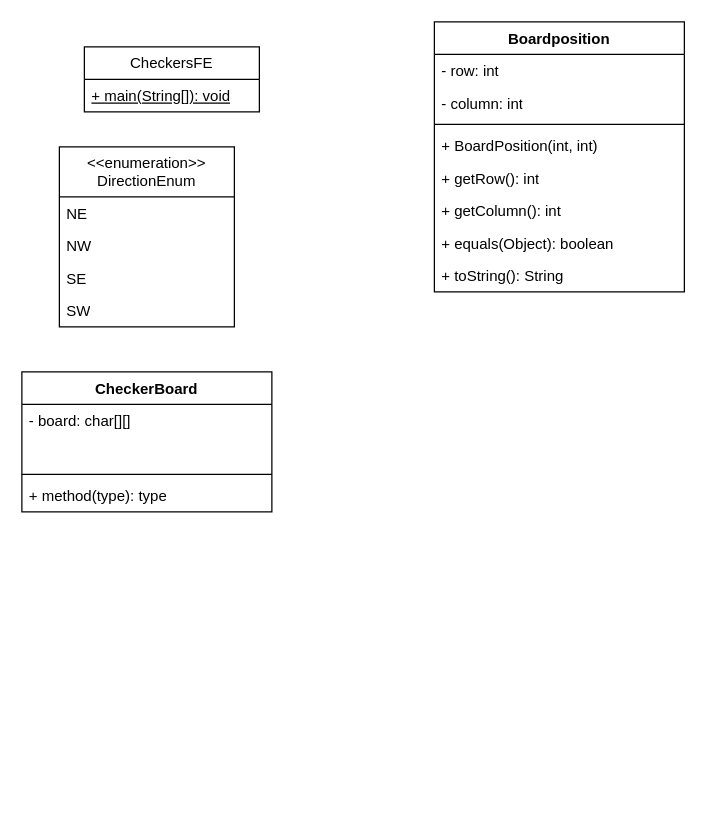
This is CheckersUML.drawio from ksurisetty11/checkers-project, a draw.io file, before an edit. Source tidied: cells renumbered, new cells numbered last; positions are measured from the earlier drawing's top-left corner, leaving out a move shared by most shapes. Both pictures are drawn from the tidied source at 125%, with x=0, y=0 at pixel (21, 21).
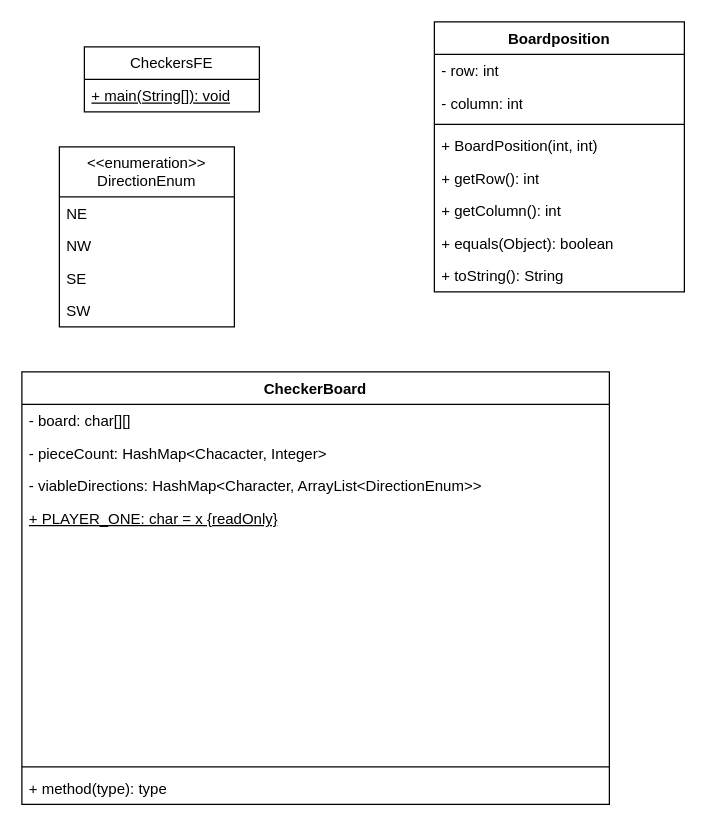
After the change.

Commit message:
Added four vars to CheckerBoard

The edit, as a diff of the source:
```diff
@@
     <mxCell id="11" value="CheckerBoard" style="swimlane;fontStyle=1;align=center;verticalAlign=top;horizontal=1;startSize=26;whiteSpace=wrap;html=1;" parent="1" vertex="1">
-      <mxGeometry y="280" width="200" height="112" as="geometry" />
+      <mxGeometry y="280" width="470" height="346" as="geometry" />
     </mxCell>
     <mxCell id="12" value="- board: char[][]" style="text;strokeColor=none;fillColor=none;align=left;verticalAlign=top;spacingLeft=4;spacingRight=4;overflow=hidden;whiteSpace=wrap;html=1;" parent="11" vertex="1">
-      <mxGeometry y="26" width="200" height="26" as="geometry" />
+      <mxGeometry y="26" width="470" height="26" as="geometry" />
     </mxCell>
-    <mxCell id="13" style="text;strokeColor=none;fillColor=none;align=left;verticalAlign=top;spacingLeft=4;spacingRight=4;overflow=hidden;whiteSpace=wrap;html=1;" parent="11" vertex="1">
-      <mxGeometry y="52" width="200" height="26" as="geometry" />
+    <mxCell id="13" value="- pieceCount: HashMap&amp;lt;Chacacter, Integer&amp;gt;" style="text;strokeColor=none;fillColor=none;align=left;verticalAlign=top;spacingLeft=4;spacingRight=4;overflow=hidden;whiteSpace=wrap;html=1;" parent="11" vertex="1">
+      <mxGeometry y="52" width="470" height="26" as="geometry" />
     </mxCell>
+    <mxCell id="23" value="- viableDirections: HashMap&amp;lt;Character, ArrayList&amp;lt;DirectionEnum&amp;gt;&amp;gt;" style="text;strokeColor=none;fillColor=none;align=left;verticalAlign=top;spacingLeft=4;spacingRight=4;overflow=hidden;whiteSpace=wrap;html=1;" parent="11" vertex="1">
+      <mxGeometry y="78" width="470" height="26" as="geometry" />
+    </mxCell>
+    <mxCell id="24" value="&lt;u&gt;+ PLAYER_ONE: char = x {readOnly}&lt;/u&gt;" style="text;strokeColor=none;fillColor=none;align=left;verticalAlign=top;spacingLeft=4;spacingRight=4;overflow=hidden;whiteSpace=wrap;html=1;" parent="11" vertex="1">
+      <mxGeometry y="104" width="470" height="26" as="geometry" />
+    </mxCell>
+    <mxCell id="25" style="text;strokeColor=none;fillColor=none;align=left;verticalAlign=top;spacingLeft=4;spacingRight=4;overflow=hidden;whiteSpace=wrap;html=1;" parent="11" vertex="1">
+      <mxGeometry y="130" width="470" height="26" as="geometry" />
+    </mxCell>
+    <mxCell id="26" style="text;strokeColor=none;fillColor=none;align=left;verticalAlign=top;spacingLeft=4;spacingRight=4;overflow=hidden;whiteSpace=wrap;html=1;" parent="11" vertex="1">
+      <mxGeometry y="156" width="470" height="26" as="geometry" />
+    </mxCell>
+    <mxCell id="27" style="text;strokeColor=none;fillColor=none;align=left;verticalAlign=top;spacingLeft=4;spacingRight=4;overflow=hidden;whiteSpace=wrap;html=1;" parent="11" vertex="1">
+      <mxGeometry y="182" width="470" height="26" as="geometry" />
+    </mxCell>
+    <mxCell id="28" style="text;strokeColor=none;fillColor=none;align=left;verticalAlign=top;spacingLeft=4;spacingRight=4;overflow=hidden;whiteSpace=wrap;html=1;" parent="11" vertex="1">
+      <mxGeometry y="208" width="470" height="26" as="geometry" />
+    </mxCell>
+    <mxCell id="29" style="text;strokeColor=none;fillColor=none;align=left;verticalAlign=top;spacingLeft=4;spacingRight=4;overflow=hidden;whiteSpace=wrap;html=1;" parent="11" vertex="1">
+      <mxGeometry y="234" width="470" height="26" as="geometry" />
+    </mxCell>
+    <mxCell id="30" style="text;strokeColor=none;fillColor=none;align=left;verticalAlign=top;spacingLeft=4;spacingRight=4;overflow=hidden;whiteSpace=wrap;html=1;" parent="11" vertex="1">
+      <mxGeometry y="260" width="470" height="26" as="geometry" />
+    </mxCell>
+    <mxCell id="31" style="text;strokeColor=none;fillColor=none;align=left;verticalAlign=top;spacingLeft=4;spacingRight=4;overflow=hidden;whiteSpace=wrap;html=1;" parent="11" vertex="1">
+      <mxGeometry y="286" width="470" height="26" as="geometry" />
+    </mxCell>
     <mxCell id="14" style="line;strokeWidth=1;fillColor=none;align=left;verticalAlign=middle;spacingTop=-1;spacingLeft=3;spacingRight=3;labelPosition=right;strokeColor=inherit;" parent="11" vertex="1">
-      <mxGeometry y="78" width="200" height="8" as="geometry" />
+      <mxGeometry y="312" width="470" height="8" as="geometry" />
     </mxCell>
     <mxCell id="15" value="+ method(type): type" style="text;strokeColor=none;fillColor=none;align=left;verticalAlign=top;spacingLeft=4;spacingRight=4;overflow=hidden;whiteSpace=wrap;html=1;" parent="11" vertex="1">
-      <mxGeometry y="86" width="200" height="26" as="geometry" />
+      <mxGeometry y="320" width="470" height="26" as="geometry" />
     </mxCell>
```
